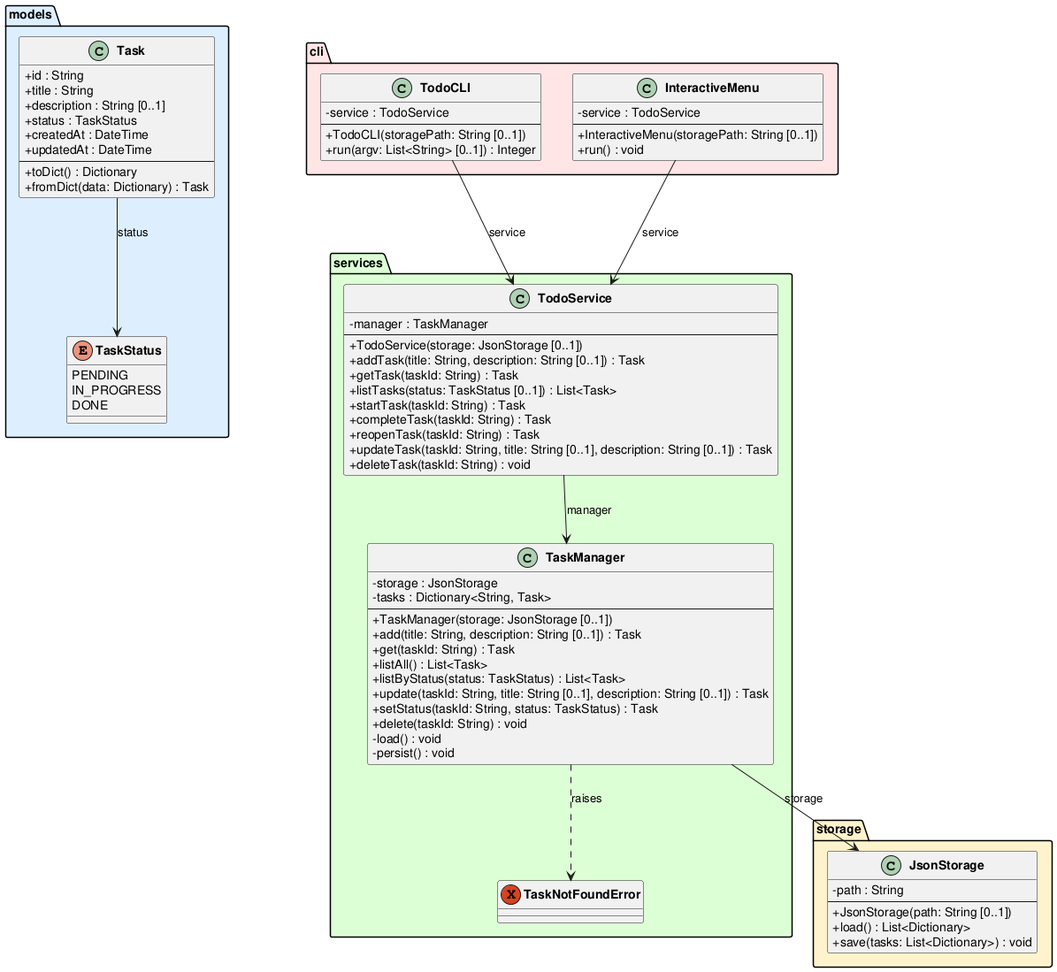
Before: experiments/pipeline/user_stories/TODO/artifacts/class_diagram.png, a diagram exported from PlantUML (DanielRiha8906/Software_autoevolution_using_agents).
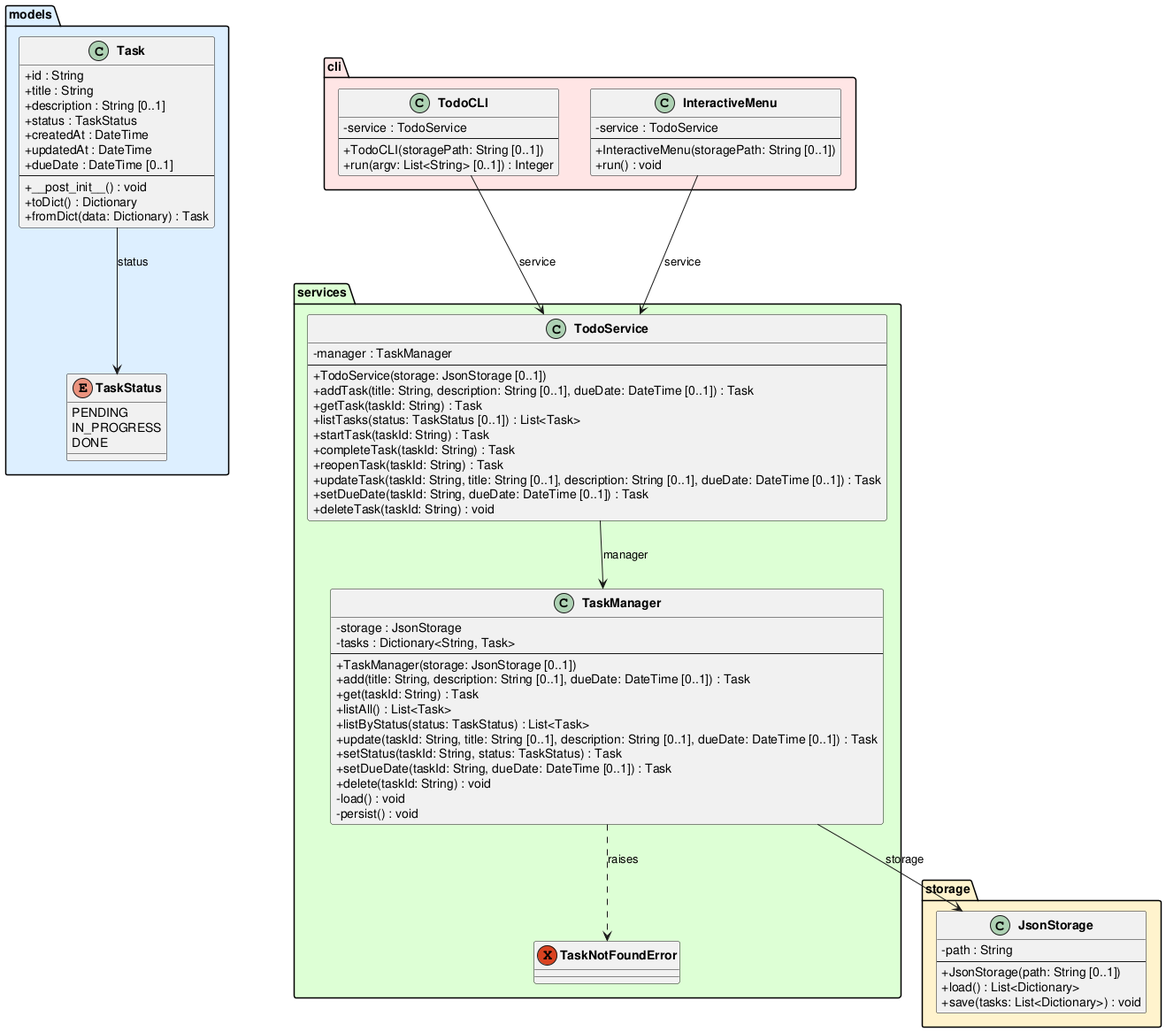
Above is the later version.

What changed in the source:
```diff
@@ -17,7 +17,9 @@
         +status : TaskStatus
         +createdAt : DateTime
         +updatedAt : DateTime
+        +dueDate : DateTime [0..1]
         --
+        +__post_init__() : void
         +toDict() : Dictionary
         +fromDict(data: Dictionary) : Task
     }
@@ -41,12 +43,13 @@
         -tasks : Dictionary<String, Task>
         --
         +TaskManager(storage: JsonStorage [0..1])
-        +add(title: String, description: String [0..1]) : Task
+        +add(title: String, description: String [0..1], dueDate: DateTime [0..1]) : Task
         +get(taskId: String) : Task
         +listAll() : List<Task>
         +listByStatus(status: TaskStatus) : List<Task>
-        +update(taskId: String, title: String [0..1], description: String [0..1]) : Task
+        +update(taskId: String, title: String [0..1], description: String [0..1], dueDate: DateTime [0..1]) : Task
         +setStatus(taskId: String, status: TaskStatus) : Task
+        +setDueDate(taskId: String, dueDate: DateTime [0..1]) : Task
         +delete(taskId: String) : void
         -load() : void
         -persist() : void
@@ -56,13 +59,14 @@
         -manager : TaskManager
         --
         +TodoService(storage: JsonStorage [0..1])
-        +addTask(title: String, description: String [0..1]) : Task
+        +addTask(title: String, description: String [0..1], dueDate: DateTime [0..1]) : Task
         +getTask(taskId: String) : Task
         +listTasks(status: TaskStatus [0..1]) : List<Task>
         +startTask(taskId: String) : Task
         +completeTask(taskId: String) : Task
         +reopenTask(taskId: String) : Task
-        +updateTask(taskId: String, title: String [0..1], description: String [0..1]) : Task
+        +updateTask(taskId: String, title: String [0..1], description: String [0..1], dueDate: DateTime [0..1]) : Task
+        +setDueDate(taskId: String, dueDate: DateTime [0..1]) : Task
         +deleteTask(taskId: String) : void
     }
 }
```
